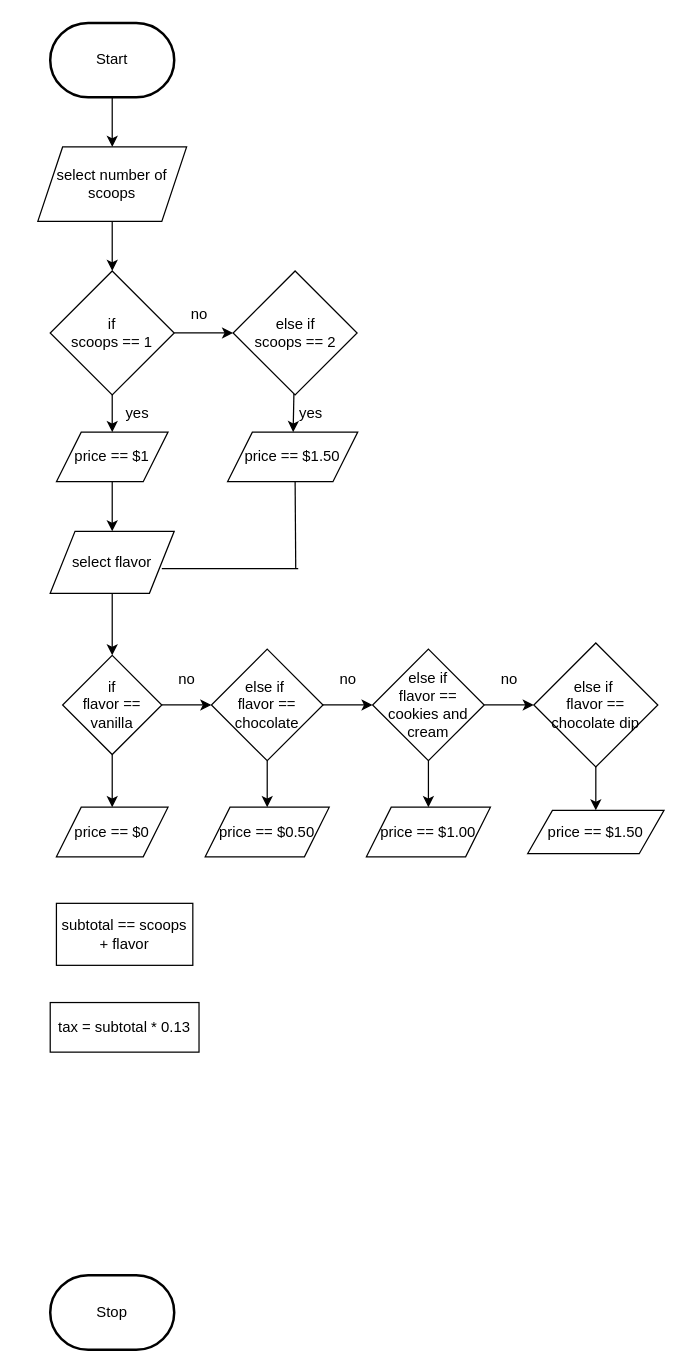
This is design/flowchart.drawio from MTHS-ICD2O-1-2024/ICD2O-Assignment-04-lynn-lukose-07, a draw.io file, before an edit. Source tidied: cells renumbered, new cells numbered last; positions are measured from the earlier drawing's top-left corner, leaving out a move shared by most shapes. Both pictures are drawn from the tidied source at 124%, with x=0, y=0 at pixel (37, 22).
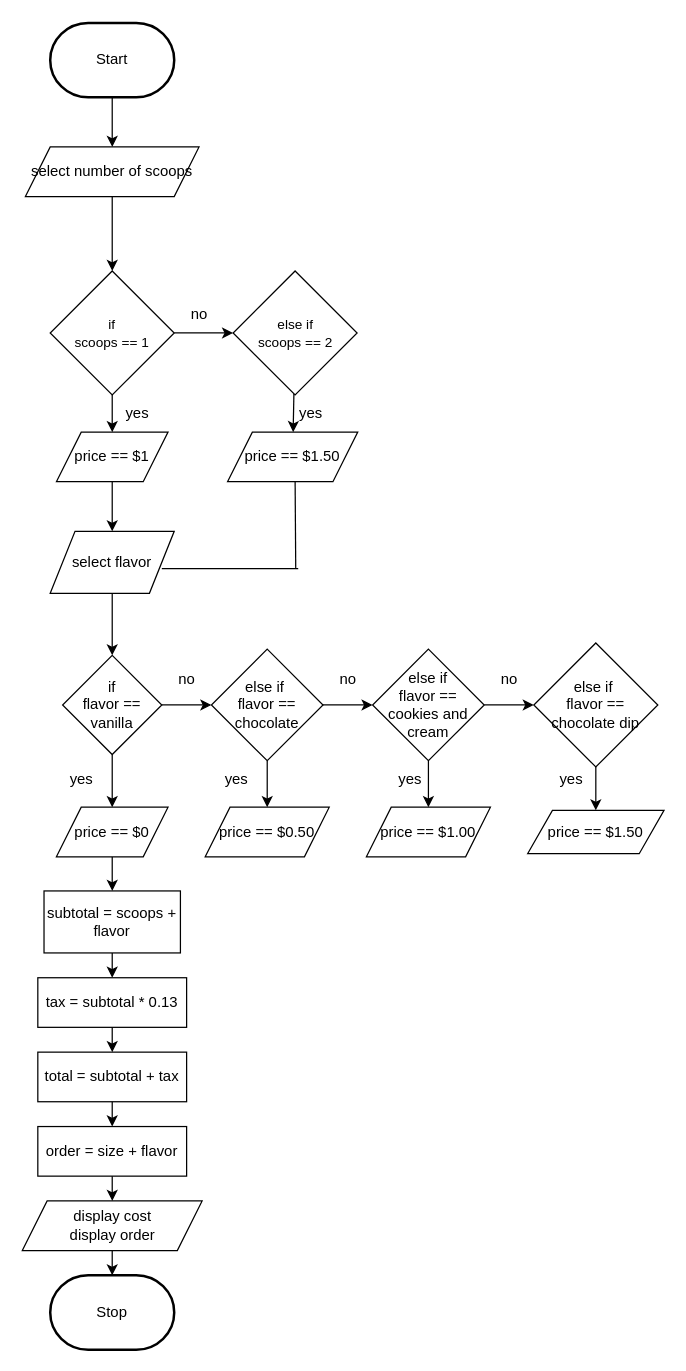
The same page after the edit.

The change refers to these unchanged cells:
```xml
<mxCell id="3" value="Stop" style="strokeWidth=2;html=1;shape=mxgraph.flowchart.terminator;whiteSpace=wrap;" parent="1" vertex="1">
  <mxGeometry x="10" y="1010" width="100" height="60" as="geometry" />
</mxCell>
<mxCell id="39" value="price == $0" style="shape=parallelogram;perimeter=parallelogramPerimeter;whiteSpace=wrap;html=1;fixedSize=1;" parent="1" vertex="1">
  <mxGeometry x="15" y="632.5" width="90" height="40" as="geometry" />
</mxCell>
```

Change to the diagram source:
```diff
@@
-    <mxCell id="6" value="select number of scoops" style="shape=parallelogram;perimeter=parallelogramPerimeter;whiteSpace=wrap;html=1;fixedSize=1;" parent="1" vertex="1">
-      <mxGeometry y="100" width="120" height="60" as="geometry" />
+    <mxCell id="6" value="&lt;font style=&quot;font-size: 12px;&quot;&gt;select number of scoops&lt;/font&gt;" style="shape=parallelogram;perimeter=parallelogramPerimeter;whiteSpace=wrap;html=1;fixedSize=1;" parent="1" vertex="1">
+      <mxGeometry x="-10" y="100" width="140" height="40" as="geometry" />
     </mxCell>
@@
-    <mxCell id="9" value="if&lt;div&gt;scoops == 1&lt;/div&gt;" style="rhombus;whiteSpace=wrap;html=1;" parent="1" vertex="1">
+    <mxCell id="9" value="&lt;font style=&quot;font-size: 11px;&quot;&gt;if&lt;/font&gt;&lt;div&gt;&lt;font style=&quot;font-size: 11px;&quot;&gt;scoops == 1&lt;/font&gt;&lt;/div&gt;" style="rhombus;whiteSpace=wrap;html=1;" parent="1" vertex="1">
       <mxGeometry x="10" y="200" width="100" height="100" as="geometry" />
     </mxCell>
@@
-    <mxCell id="11" value="else if&lt;div&gt;scoops == 2&lt;/div&gt;" style="rhombus;whiteSpace=wrap;html=1;" parent="1" vertex="1">
+    <mxCell id="11" value="&lt;font style=&quot;font-size: 11px;&quot;&gt;else if&lt;/font&gt;&lt;div&gt;&lt;font style=&quot;font-size: 11px;&quot;&gt;scoops == 2&lt;/font&gt;&lt;/div&gt;" style="rhombus;whiteSpace=wrap;html=1;" parent="1" vertex="1">
       <mxGeometry x="157.5" y="200" width="100" height="100" as="geometry" />
     </mxCell>
@@
+    <mxCell id="42" style="edgeStyle=none;html=1;" parent="1" edge="1" source="39" target="40">
+      <mxGeometry relative="1" as="geometry" />
+    </mxCell>
@@
+    <mxCell id="43" style="edgeStyle=none;html=1;" parent="1" edge="1" source="40" target="41">
+      <mxGeometry relative="1" as="geometry" />
+    </mxCell>
-    <mxCell id="40" value="subtotal == scoops + flavor" style="rounded=0;whiteSpace=wrap;html=1;" parent="1" vertex="1">
-      <mxGeometry x="15" y="710" width="110" height="50" as="geometry" />
+    <mxCell id="40" value="subtotal = scoops + flavor" style="rounded=0;whiteSpace=wrap;html=1;" parent="1" vertex="1">
+      <mxGeometry x="5" y="700" width="110" height="50" as="geometry" />
     </mxCell>
     <mxCell id="41" value="tax = subtotal * 0.13" style="rounded=0;whiteSpace=wrap;html=1;" parent="1" vertex="1">
-      <mxGeometry x="10" y="790" width="120" height="40" as="geometry" />
+      <mxGeometry y="770" width="120" height="40" as="geometry" />
     </mxCell>
+    <mxCell id="44" style="edgeStyle=none;html=1;" parent="1" edge="1" source="45" target="3">
+      <mxGeometry relative="1" as="geometry" />
+    </mxCell>
+    <mxCell id="45" value="display cost&lt;br&gt;&lt;div&gt;display order&lt;/div&gt;" style="shape=parallelogram;perimeter=parallelogramPerimeter;whiteSpace=wrap;html=1;fixedSize=1;" parent="1" vertex="1">
+      <mxGeometry x="-12.5" y="950" width="145" height="40" as="geometry" />
+    </mxCell>
+    <mxCell id="46" value="yes" style="text;html=1;align=center;verticalAlign=middle;strokeColor=none;fillColor=none;" parent="1" vertex="1">
+      <mxGeometry x="15" y="595" width="40" height="30" as="geometry" />
+    </mxCell>
+    <mxCell id="47" value="yes" style="text;html=1;align=center;verticalAlign=middle;strokeColor=none;fillColor=none;" parent="1" vertex="1">
+      <mxGeometry x="140" y="595" width="40" height="30" as="geometry" />
+    </mxCell>
+    <mxCell id="48" value="yes" style="text;html=1;align=center;verticalAlign=middle;strokeColor=none;fillColor=none;" parent="1" vertex="1">
+      <mxGeometry x="280" y="595" width="40" height="30" as="geometry" />
+    </mxCell>
+    <mxCell id="49" value="yes" style="text;html=1;align=center;verticalAlign=middle;strokeColor=none;fillColor=none;" parent="1" vertex="1">
+      <mxGeometry x="410" y="595" width="40" height="30" as="geometry" />
+    </mxCell>
+    <mxCell id="50" value="total = subtotal + tax" style="rounded=0;whiteSpace=wrap;html=1;" parent="1" vertex="1">
+      <mxGeometry y="830" width="120" height="40" as="geometry" />
+    </mxCell>
+    <mxCell id="51" style="endArrow=classic;html=1;entryX=0.5;entryY=0;entryDx=0;entryDy=0;" parent="1" edge="1" target="50">
+      <mxGeometry relative="1" as="geometry">
+        <mxPoint x="60" y="810" as="sourcePoint" />
+      </mxGeometry>
+    </mxCell>
+    <mxCell id="52" value="order = size + flavor" style="rounded=0;whiteSpace=wrap;html=1;" parent="1" vertex="1">
+      <mxGeometry y="890" width="120" height="40" as="geometry" />
+    </mxCell>
+    <mxCell id="53" style="endArrow=classic;html=1;entryX=0.5;entryY=0;entryDx=0;entryDy=0;" parent="1" edge="1" target="52">
+      <mxGeometry relative="1" as="geometry">
+        <mxPoint x="60" y="870" as="sourcePoint" />
+      </mxGeometry>
+    </mxCell>
+    <mxCell id="54" style="endArrow=classic;html=1;entryX=0.5;entryY=0;entryDx=0;entryDy=0;" parent="1" edge="1" target="45">
+      <mxGeometry relative="1" as="geometry">
+        <mxPoint x="60" y="930" as="sourcePoint" />
+      </mxGeometry>
+    </mxCell>
```
